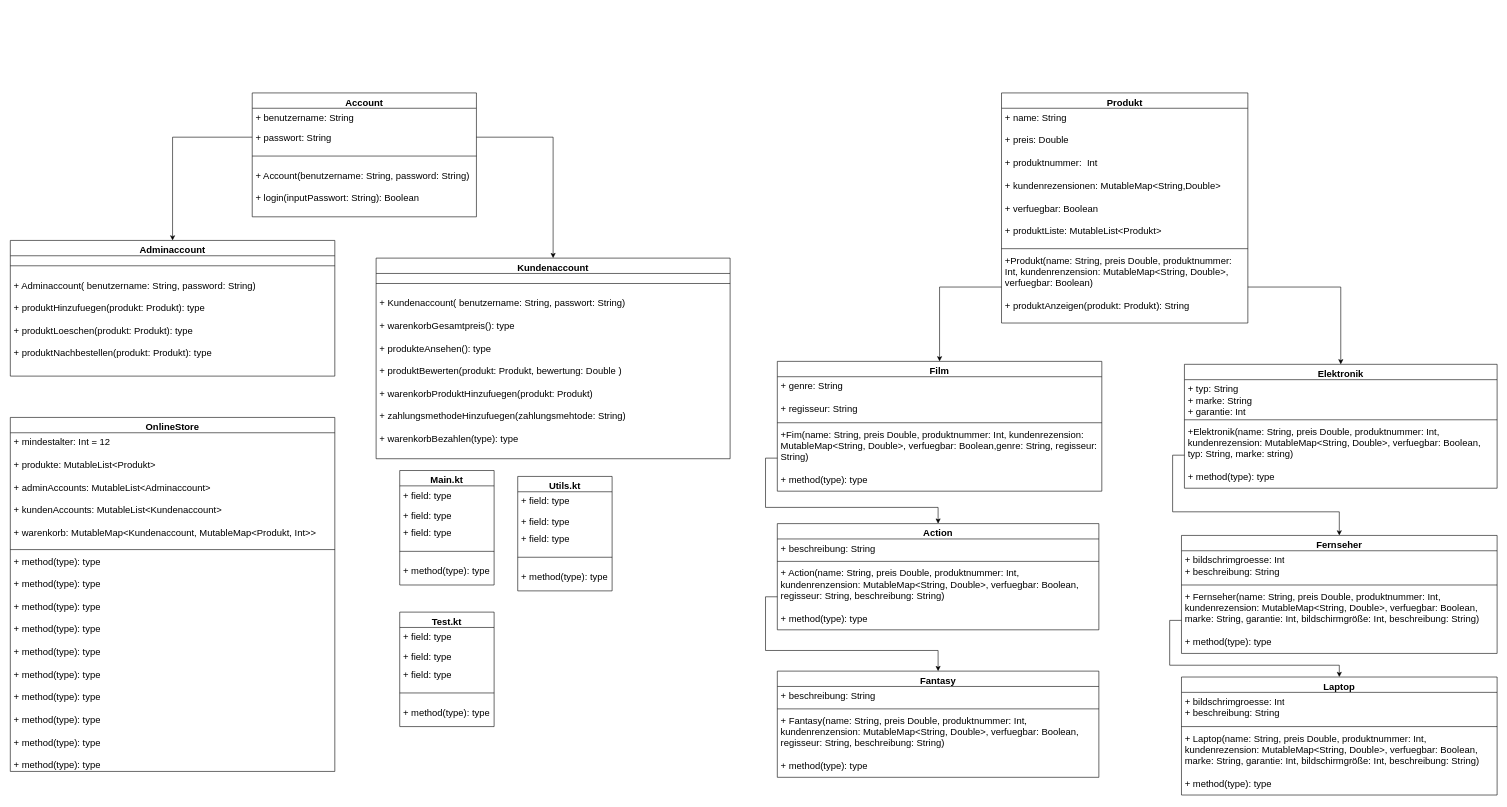
This is Abschlussprojekt Store.drawio from BischofDennis/BischofDennis, a draw.io file, before an edit. Source tidied: cells renumbered, new cells numbered last; positions are measured from the earlier drawing's top-left corner, leaving out a move shared by most shapes. Both pictures are drawn from the tidied source at 59%, with x=0, y=0 at pixel (10, 93).
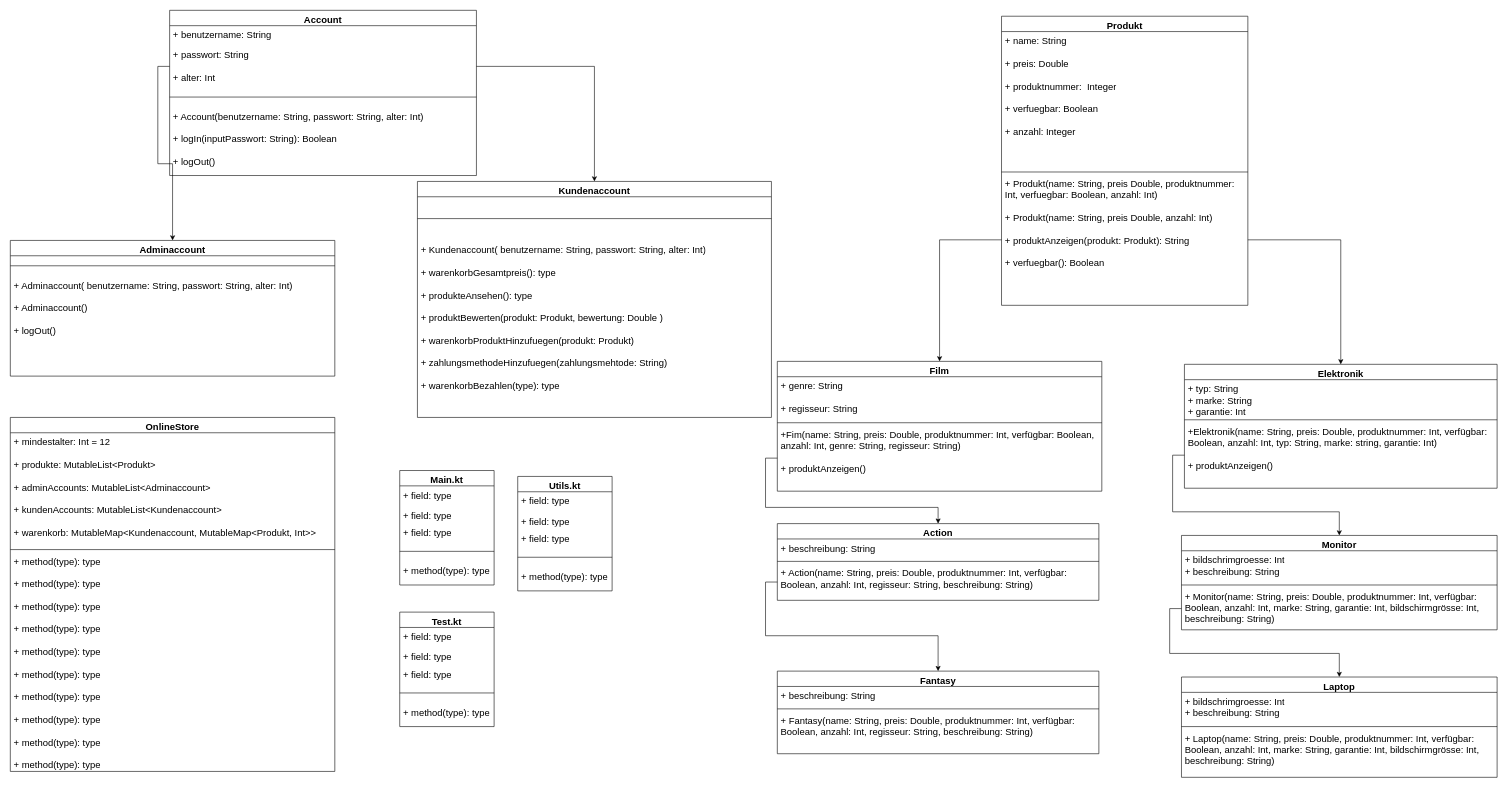
Above is the later version.

The change refers to these unchanged cells:
```xml
<mxCell id="12" value="Elektronik" style="swimlane;fontStyle=1;align=center;verticalAlign=top;horizontal=1;startSize=26;whiteSpace=wrap;html=1;fontSize=16;" parent="1" vertex="1">
  <mxGeometry x="1990" y="460" width="530" height="210" as="geometry" />
</mxCell>
<mxCell id="23" value="Film" style="swimlane;fontStyle=1;align=center;verticalAlign=top;horizontal=1;startSize=26;whiteSpace=wrap;html=1;fontSize=16;" parent="1" vertex="1">
  <mxGeometry x="1300" y="455" width="550" height="220" as="geometry" />
</mxCell>
<mxCell id="42" value="Adminaccount" style="swimlane;fontStyle=1;align=center;verticalAlign=top;horizontal=1;startSize=26;whiteSpace=wrap;html=1;fontSize=16;" parent="1" vertex="1">
  <mxGeometry y="250" width="550" height="230" as="geometry" />
</mxCell>
```

The edit, as a diff of the source:
```diff
@@
-    <mxCell id="15" value="+Elektronik(name: String, preis Double, produktnummer: Int, kundenrezension: MutableMap&amp;lt;String, Double&amp;gt;, verfuegbar: Boolean, typ: String, marke: string)&lt;br&gt;&lt;br style=&quot;border-color: var(--border-color);&quot;&gt;+ method(type): type" style="text;strokeColor=none;fillColor=none;align=left;verticalAlign=top;spacingLeft=4;spacingRight=4;overflow=hidden;points=[[0,0.5],[1,0.5]];portConstraint=eastwest;whiteSpace=wrap;html=1;fontSize=16;" parent="12" vertex="1">
+    <mxCell id="15" value="+Elektronik(name: String, preis: Double, produktnummer: Int, verfügbar: Boolean, anzahl: Int, typ: String, marke: string, garantie: Int)&lt;br&gt;&lt;br style=&quot;border-color: var(--border-color);&quot;&gt;+ produktAnzeigen()" style="text;strokeColor=none;fillColor=none;align=left;verticalAlign=top;spacingLeft=4;spacingRight=4;overflow=hidden;points=[[0,0.5],[1,0.5]];portConstraint=eastwest;whiteSpace=wrap;html=1;fontSize=16;" parent="12" vertex="1">
       <mxGeometry y="98" width="530" height="112" as="geometry" />
     </mxCell>
-    <mxCell id="16" value="Fernseher" style="swimlane;fontStyle=1;align=center;verticalAlign=top;horizontal=1;startSize=26;whiteSpace=wrap;html=1;fontSize=16;" parent="1" vertex="1">
-      <mxGeometry x="1985" y="750" width="535" height="200" as="geometry" />
+    <mxCell id="16" value="Monitor" style="swimlane;fontStyle=1;align=center;verticalAlign=top;horizontal=1;startSize=26;whiteSpace=wrap;html=1;fontSize=16;" parent="1" vertex="1">
+      <mxGeometry x="1985" y="750" width="535" height="160" as="geometry" />
     </mxCell>
@@
-    <mxCell id="19" value="+ Fernseher(name: String, preis Double, produktnummer: Int, kundenrezension: MutableMap&amp;lt;String, Double&amp;gt;, verfuegbar: Boolean, marke: String, garantie: Int, bildschirmgröße: Int, beschreibung: String)&lt;br&gt;&lt;br&gt;+ method(type): type" style="text;strokeColor=none;fillColor=none;align=left;verticalAlign=top;spacingLeft=4;spacingRight=4;overflow=hidden;points=[[0,0.5],[1,0.5]];portConstraint=eastwest;whiteSpace=wrap;html=1;fontSize=16;" parent="16" vertex="1">
-      <mxGeometry y="88" width="535" height="112" as="geometry" />
+    <mxCell id="19" value="+ Monitor(name: String, preis: Double, produktnummer: Int, verfügbar: Boolean, anzahl: Int, marke: String, garantie: Int, bildschirmgrösse: Int, beschreibung: String)" style="text;strokeColor=none;fillColor=none;align=left;verticalAlign=top;spacingLeft=4;spacingRight=4;overflow=hidden;points=[[0,0.5],[1,0.5]];portConstraint=eastwest;whiteSpace=wrap;html=1;fontSize=16;" parent="16" vertex="1">
+      <mxGeometry y="88" width="535" height="72" as="geometry" />
     </mxCell>
     <mxCell id="20" value="Kundenaccount" style="swimlane;fontStyle=1;align=center;verticalAlign=top;horizontal=1;startSize=26;whiteSpace=wrap;html=1;fontSize=16;" parent="1" vertex="1">
-      <mxGeometry x="620" y="280" width="600" height="340" as="geometry" />
+      <mxGeometry x="690" y="150" width="600" height="400" as="geometry" />
     </mxCell>
     <mxCell id="21" style="line;strokeWidth=1;fillColor=none;align=left;verticalAlign=middle;spacingTop=-1;spacingLeft=3;spacingRight=3;labelPosition=right;strokeColor=inherit;fontSize=16;" parent="20" vertex="1">
-      <mxGeometry y="26" width="600" height="34" as="geometry" />
+      <mxGeometry y="26" width="600" height="74" as="geometry" />
     </mxCell>
-    <mxCell id="22" value="+ Kundenaccount( benutzername: String, passwort: String)&lt;br&gt;&lt;br&gt;+ warenkorbGesamtpreis(): type&lt;br&gt;&lt;br&gt;+ produkteAnsehen(): type&lt;br&gt;&lt;br&gt;+ produktBewerten(produkt: Produkt, bewertung: Double )&lt;br&gt;&lt;br&gt;+ warenkorbProduktHinzufuegen(produkt: Produkt)&lt;br&gt;&lt;br&gt;+ zahlungsmethodeHinzufuegen(zahlungsmehtode: String)&lt;br&gt;&lt;br&gt;+ warenkorbBezahlen(type): type" style="text;strokeColor=none;fillColor=none;align=left;verticalAlign=top;spacingLeft=4;spacingRight=4;overflow=hidden;whiteSpace=wrap;html=1;fontSize=16;" parent="20" vertex="1">
-      <mxGeometry y="60" width="600" height="280" as="geometry" />
+    <mxCell id="22" value="+ Kundenaccount( benutzername: String, passwort: String, alter: Int)&lt;br&gt;&lt;br&gt;+ warenkorbGesamtpreis(): type&lt;br&gt;&lt;br&gt;+ produkteAnsehen(): type&lt;br&gt;&lt;br&gt;+ produktBewerten(produkt: Produkt, bewertung: Double )&lt;br&gt;&lt;br&gt;+ warenkorbProduktHinzufuegen(produkt: Produkt)&lt;br&gt;&lt;br&gt;+ zahlungsmethodeHinzufuegen(zahlungsmehtode: String)&lt;br&gt;&lt;br&gt;+ warenkorbBezahlen(type): type" style="text;strokeColor=none;fillColor=none;align=left;verticalAlign=top;spacingLeft=4;spacingRight=4;overflow=hidden;whiteSpace=wrap;html=1;fontSize=16;" parent="20" vertex="1">
+      <mxGeometry y="100" width="600" height="300" as="geometry" />
     </mxCell>
@@
-    <mxCell id="26" value="+Fim(name: String, preis Double, produktnummer: Int, kundenrezension: MutableMap&amp;lt;String, Double&amp;gt;, verfuegbar: Boolean,genre: String, regisseur: String)&lt;br&gt;&lt;br&gt;+ method(type): type" style="text;strokeColor=none;fillColor=none;align=left;verticalAlign=top;spacingLeft=4;spacingRight=4;overflow=hidden;points=[[0,0.5],[1,0.5]];portConstraint=eastwest;whiteSpace=wrap;html=1;fontSize=16;" parent="23" vertex="1">
+    <mxCell id="26" value="+Fim(name: String, preis: Double, produktnummer: Int, verfügbar: Boolean, anzahl: Int, genre: String, regisseur: String)&lt;br&gt;&lt;br&gt;+ produktAnzeigen()" style="text;strokeColor=none;fillColor=none;align=left;verticalAlign=top;spacingLeft=4;spacingRight=4;overflow=hidden;points=[[0,0.5],[1,0.5]];portConstraint=eastwest;whiteSpace=wrap;html=1;fontSize=16;" parent="23" vertex="1">
       <mxGeometry y="108" width="550" height="112" as="geometry" />
     </mxCell>
     <mxCell id="27" value="Action" style="swimlane;fontStyle=1;align=center;verticalAlign=top;horizontal=1;startSize=26;whiteSpace=wrap;html=1;fontSize=16;" parent="1" vertex="1">
-      <mxGeometry x="1300" y="730" width="545" height="180" as="geometry" />
+      <mxGeometry x="1300" y="730" width="545" height="130" as="geometry" />
     </mxCell>
@@
-    <mxCell id="30" value="+ Action(name: String, preis Double, produktnummer: Int, kundenrenzension: MutableMap&amp;lt;String, Double&amp;gt;, verfuegbar: Boolean, regisseur: String, beschreibung: String)&lt;br&gt;&lt;br&gt;+ method(type): type" style="text;strokeColor=none;fillColor=none;align=left;verticalAlign=top;spacingLeft=4;spacingRight=4;overflow=hidden;points=[[0,0.5],[1,0.5]];portConstraint=eastwest;whiteSpace=wrap;html=1;fontSize=16;" parent="27" vertex="1">
-      <mxGeometry y="68" width="545" height="112" as="geometry" />
+    <mxCell id="30" value="+ Action(name: String, preis: Double, produktnummer: Int, verfügbar: Boolean, anzahl: Int, regisseur: String, beschreibung: String)&lt;br&gt;" style="text;strokeColor=none;fillColor=none;align=left;verticalAlign=top;spacingLeft=4;spacingRight=4;overflow=hidden;points=[[0,0.5],[1,0.5]];portConstraint=eastwest;whiteSpace=wrap;html=1;fontSize=16;" parent="27" vertex="1">
+      <mxGeometry y="68" width="545" height="62" as="geometry" />
     </mxCell>
     <mxCell id="31" value="Produkt" style="swimlane;fontStyle=1;align=center;verticalAlign=top;horizontal=1;startSize=26;whiteSpace=wrap;html=1;fontSize=16;" parent="1" vertex="1">
-      <mxGeometry x="1680" width="417.5" height="390" as="geometry" />
+      <mxGeometry x="1680" y="-130" width="417.5" height="490" as="geometry" />
     </mxCell>
-    <mxCell id="32" value="+ name: String&lt;br&gt;&lt;br&gt;+ preis: Double&lt;br&gt;&lt;br&gt;+ produktnummer: &amp;nbsp;Int&lt;br&gt;&lt;br&gt;+ kundenrezensionen: MutableMap&amp;lt;String,Double&amp;gt;&lt;br&gt;&lt;br&gt;+ verfuegbar: Boolean&lt;br&gt;&lt;br&gt;+ produktListe: MutableList&amp;lt;Produkt&amp;gt;&amp;nbsp;" style="text;strokeColor=none;fillColor=none;align=left;verticalAlign=top;spacingLeft=4;spacingRight=4;overflow=hidden;whiteSpace=wrap;html=1;fontSize=16;" parent="31" vertex="1">
+    <mxCell id="32" value="+ name: String&lt;br&gt;&lt;br&gt;+ preis: Double&lt;br&gt;&lt;br&gt;+ produktnummer: &amp;nbsp;Integer&lt;br&gt;&lt;br&gt;+ verfuegbar: Boolean&lt;br&gt;&lt;br&gt;+ anzahl: Integer" style="text;strokeColor=none;fillColor=none;align=left;verticalAlign=top;spacingLeft=4;spacingRight=4;overflow=hidden;whiteSpace=wrap;html=1;fontSize=16;" parent="31" vertex="1">
       <mxGeometry y="26" width="417.5" height="234" as="geometry" />
     </mxCell>
@@
-    <mxCell id="34" value="+Produkt(name: String, preis Double, produktnummer: Int, kundenrenzension: MutableMap&amp;lt;String, Double&amp;gt;, verfuegbar: Boolean)&lt;br&gt;&lt;br&gt;+ produktAnzeigen(produkt: Produkt): String" style="text;strokeColor=none;fillColor=none;align=left;verticalAlign=top;spacingLeft=4;spacingRight=4;overflow=hidden;points=[[0,0.5],[1,0.5]];portConstraint=eastwest;whiteSpace=wrap;html=1;fontSize=16;" parent="31" vertex="1">
-      <mxGeometry y="268" width="417.5" height="122" as="geometry" />
+    <mxCell id="34" value="+ Produkt(name: String, preis Double, produktnummer: Int, verfuegbar: Boolean, anzahl: Int)&lt;br&gt;&lt;br&gt;+ Produkt(name: String, preis Double, anzahl: Int)&lt;br&gt;&lt;br&gt;+ produktAnzeigen(produkt: Produkt): String&lt;br&gt;&lt;br&gt;+ verfuegbar(): Boolean" style="text;strokeColor=none;fillColor=none;align=left;verticalAlign=top;spacingLeft=4;spacingRight=4;overflow=hidden;points=[[0,0.5],[1,0.5]];portConstraint=eastwest;whiteSpace=wrap;html=1;fontSize=16;" parent="31" vertex="1">
+      <mxGeometry y="268" width="417.5" height="222" as="geometry" />
     </mxCell>
@@
     <mxCell id="37" value="Account" style="swimlane;fontStyle=1;align=center;verticalAlign=top;horizontal=1;startSize=26;whiteSpace=wrap;html=1;fontSize=16;" parent="1" vertex="1">
-      <mxGeometry x="410" width="380" height="210" as="geometry" />
+      <mxGeometry x="270" y="-140" width="520" height="280" as="geometry" />
     </mxCell>
     <mxCell id="38" value="+ benutzername: String" style="text;strokeColor=none;fillColor=none;align=left;verticalAlign=top;spacingLeft=4;spacingRight=4;overflow=hidden;whiteSpace=wrap;html=1;fontSize=16;" parent="37" vertex="1">
-      <mxGeometry y="26" width="380" height="34" as="geometry" />
+      <mxGeometry y="26" width="520" height="34" as="geometry" />
     </mxCell>
-    <mxCell id="39" value="+ passwort: String" style="text;strokeColor=none;fillColor=none;align=left;verticalAlign=top;spacingLeft=4;spacingRight=4;overflow=hidden;points=[[0,0.5],[1,0.5]];portConstraint=eastwest;whiteSpace=wrap;html=1;fontSize=16;" parent="37" vertex="1">
-      <mxGeometry y="60" width="380" height="30" as="geometry" />
+    <mxCell id="39" value="+ passwort: String&lt;br&gt;&lt;br&gt;+ alter: Int" style="text;strokeColor=none;fillColor=none;align=left;verticalAlign=top;spacingLeft=4;spacingRight=4;overflow=hidden;points=[[0,0.5],[1,0.5]];portConstraint=eastwest;whiteSpace=wrap;html=1;fontSize=16;" parent="37" vertex="1">
+      <mxGeometry y="60" width="520" height="70" as="geometry" />
     </mxCell>
     <mxCell id="40" style="line;strokeWidth=1;fillColor=none;align=left;verticalAlign=middle;spacingTop=-1;spacingLeft=3;spacingRight=3;labelPosition=right;strokeColor=inherit;fontSize=16;" parent="37" vertex="1">
-      <mxGeometry y="90" width="380" height="34" as="geometry" />
+      <mxGeometry y="130" width="520" height="34" as="geometry" />
     </mxCell>
-    <mxCell id="41" value="+ Account(benutzername: String, password: String)&lt;br&gt;&lt;br&gt;+ login(inputPasswort: String): Boolean" style="text;strokeColor=none;fillColor=none;align=left;verticalAlign=top;spacingLeft=4;spacingRight=4;overflow=hidden;whiteSpace=wrap;html=1;fontSize=16;" parent="37" vertex="1">
-      <mxGeometry y="124" width="380" height="86" as="geometry" />
+    <mxCell id="41" value="+ Account(benutzername: String, passwort: String, alter: Int)&lt;br&gt;&lt;br&gt;+ logIn(inputPasswort: String): Boolean&lt;br&gt;&lt;br&gt;+ logOut()" style="text;strokeColor=none;fillColor=none;align=left;verticalAlign=top;spacingLeft=4;spacingRight=4;overflow=hidden;whiteSpace=wrap;html=1;fontSize=16;" parent="37" vertex="1">
+      <mxGeometry y="164" width="520" height="116" as="geometry" />
     </mxCell>
@@
-    <mxCell id="44" value="+ Adminaccount( benutzername: String, password: String)&lt;br&gt;&lt;br&gt;+ produktHinzufuegen(produkt: Produkt): type&lt;br&gt;&lt;br&gt;+ produktLoeschen(produkt: Produkt): type&lt;br&gt;&lt;br&gt;+ produktNachbestellen(produkt: Produkt): type&lt;br&gt;&lt;br&gt;" style="text;strokeColor=none;fillColor=none;align=left;verticalAlign=top;spacingLeft=4;spacingRight=4;overflow=hidden;whiteSpace=wrap;html=1;fontSize=16;" parent="42" vertex="1">
+    <mxCell id="44" value="+ Adminaccount( benutzername: String, passwort: String, alter: Int)&lt;br&gt;&lt;br&gt;+ Adminaccount()&lt;br&gt;&lt;br&gt;+ logOut()&lt;br&gt;" style="text;strokeColor=none;fillColor=none;align=left;verticalAlign=top;spacingLeft=4;spacingRight=4;overflow=hidden;whiteSpace=wrap;html=1;fontSize=16;" parent="42" vertex="1">
       <mxGeometry y="60" width="550" height="170" as="geometry" />
     </mxCell>
@@
     <mxCell id="59" value="Fantasy" style="swimlane;fontStyle=1;align=center;verticalAlign=top;horizontal=1;startSize=26;whiteSpace=wrap;html=1;fontSize=16;" parent="1" vertex="1">
-      <mxGeometry x="1300" y="980" width="545" height="180" as="geometry" />
+      <mxGeometry x="1300" y="980" width="545" height="140" as="geometry" />
     </mxCell>
@@
-    <mxCell id="62" value="+ Fantasy(name: String, preis Double, produktnummer: Int, kundenrenzension: MutableMap&amp;lt;String, Double&amp;gt;, verfuegbar: Boolean, regisseur: String, beschreibung: String)&lt;br&gt;&lt;br&gt;+ method(type): type" style="text;strokeColor=none;fillColor=none;align=left;verticalAlign=top;spacingLeft=4;spacingRight=4;overflow=hidden;whiteSpace=wrap;html=1;fontSize=16;" parent="59" vertex="1">
-      <mxGeometry y="68" width="545" height="112" as="geometry" />
+    <mxCell id="62" value="+ Fantasy(name: String, preis: Double, produktnummer: Int, verfügbar: Boolean, anzahl: Int, regisseur: String, beschreibung: String)" style="text;strokeColor=none;fillColor=none;align=left;verticalAlign=top;spacingLeft=4;spacingRight=4;overflow=hidden;whiteSpace=wrap;html=1;fontSize=16;" parent="59" vertex="1">
+      <mxGeometry y="68" width="545" height="72" as="geometry" />
     </mxCell>
     <mxCell id="63" value="Laptop" style="swimlane;fontStyle=1;align=center;verticalAlign=top;horizontal=1;startSize=26;whiteSpace=wrap;html=1;fontSize=16;" parent="1" vertex="1">
-      <mxGeometry x="1985" y="990" width="535" height="200" as="geometry" />
+      <mxGeometry x="1985" y="990" width="535" height="170" as="geometry" />
     </mxCell>
@@
-    <mxCell id="66" value="+ Laptop(name: String, preis Double, produktnummer: Int, kundenrezension: MutableMap&amp;lt;String, Double&amp;gt;, verfuegbar: Boolean, marke: String, garantie: Int, bildschirmgröße: Int, beschreibung: String)&lt;br&gt;&lt;br&gt;+ method(type): type" style="text;strokeColor=none;fillColor=none;align=left;verticalAlign=top;spacingLeft=4;spacingRight=4;overflow=hidden;whiteSpace=wrap;html=1;fontSize=16;" parent="63" vertex="1">
-      <mxGeometry y="88" width="535" height="112" as="geometry" />
+    <mxCell id="66" value="+ Laptop(name: String, preis: Double, produktnummer: Int, verfügbar: Boolean, anzahl: Int, marke: String, garantie: Int, bildschirmgrösse: Int, beschreibung: String)" style="text;strokeColor=none;fillColor=none;align=left;verticalAlign=top;spacingLeft=4;spacingRight=4;overflow=hidden;whiteSpace=wrap;html=1;fontSize=16;" parent="63" vertex="1">
+      <mxGeometry y="88" width="535" height="82" as="geometry" />
     </mxCell>
```
